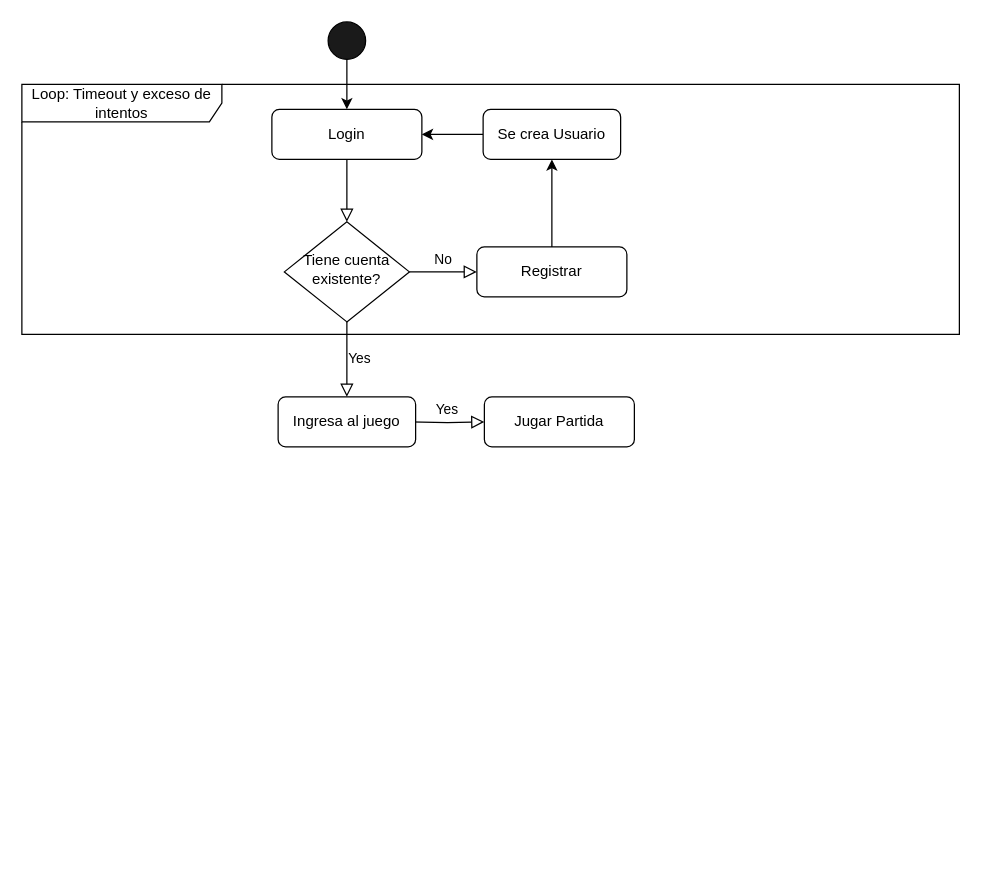
Earlier version of the draw.io diagram GuerraDeCartas/Docs/DiagramaActividad.drawio (SaF319/proyectING). Source tidied: cells renumbered, new cells numbered last; positions are measured from the earlier drawing's top-left corner, leaving out a move shared by most shapes. Both pictures are drawn from the tidied source at 125%, with x=0, y=0 at pixel (21, 21).
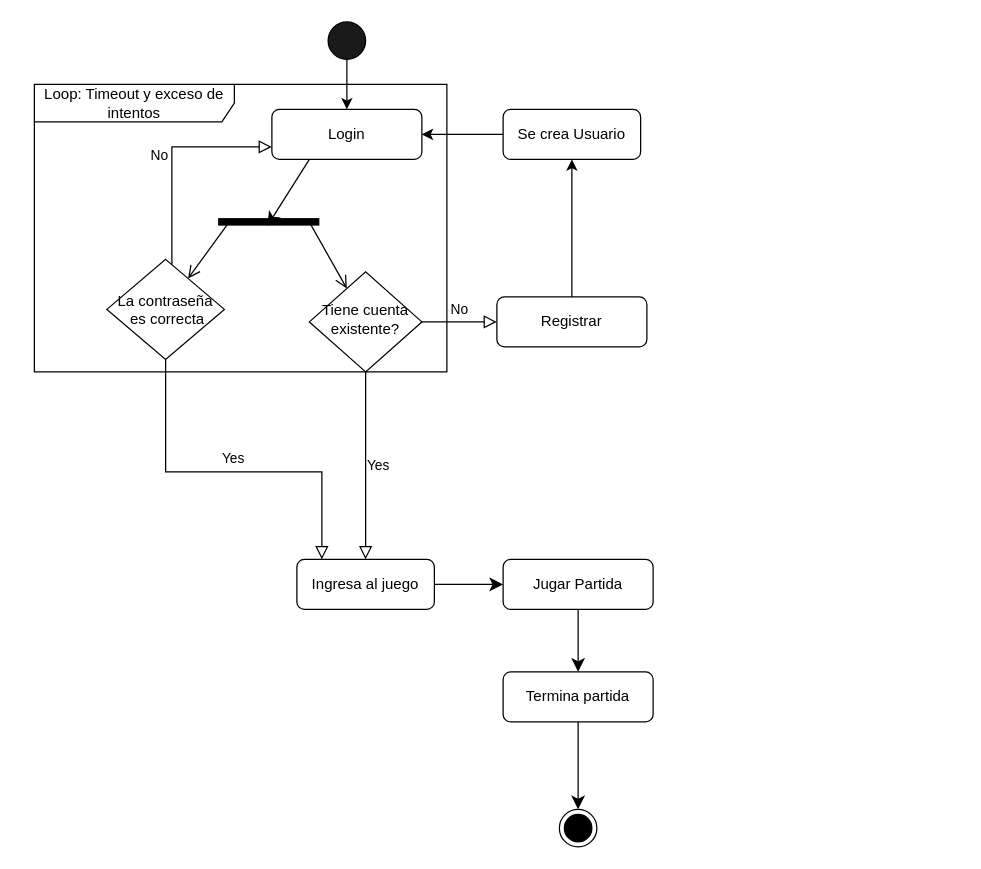
The same diagram, later.

The change refers to these unchanged cells:
```xml
<mxCell id="3" value="Login" style="rounded=1;whiteSpace=wrap;html=1;fontSize=12;glass=0;strokeWidth=1;shadow=0;direction=east;flipV=1;flipH=1;labelBackgroundColor=none;" parent="1" vertex="1">
  <mxGeometry x="200" y="70" width="120" height="40" as="geometry" />
</mxCell>
```

The edit, as a diff of the source:
```diff
@@
-    <mxCell id="2" style="rounded=0;html=1;jettySize=auto;fontSize=11;endArrow=block;endFill=0;endSize=8;strokeWidth=1;shadow=0;labelBackgroundColor=none;edgeStyle=orthogonalEdgeStyle;fontColor=default;" parent="1" edge="1" source="3" target="6">
-      <mxGeometry relative="1" as="geometry" />
-    </mxCell>
@@
-    <mxCell id="4" value="Yes" style="rounded=0;html=1;jettySize=auto;fontSize=11;endArrow=block;endFill=0;endSize=8;strokeWidth=1;shadow=0;labelBackgroundColor=none;edgeStyle=orthogonalEdgeStyle;fontColor=default;entryX=0.5;entryY=0;entryDx=0;entryDy=0;" parent="1" edge="1" source="6" target="15">
-      <mxGeometry x="0.01" y="10" relative="1" as="geometry">
-        <mxPoint y="-1" as="offset" />
-      </mxGeometry>
-    </mxCell>
-    <mxCell id="5" value="No" style="edgeStyle=orthogonalEdgeStyle;rounded=0;html=1;jettySize=auto;fontSize=11;endArrow=block;endFill=0;endSize=8;strokeWidth=1;shadow=0;labelBackgroundColor=none;fontColor=default;" parent="1" edge="1" source="6" target="8">
-      <mxGeometry y="10" relative="1" as="geometry" />
-    </mxCell>
-    <mxCell id="6" value="&lt;div&gt;Tiene cuenta&lt;/div&gt;&lt;div&gt;existente?&lt;br&gt;&lt;/div&gt;" style="rhombus;whiteSpace=wrap;html=1;shadow=0;fontFamily=Helvetica;fontSize=12;align=center;strokeWidth=1;spacing=6;spacingTop=-4;direction=east;flipV=1;flipH=1;labelBackgroundColor=none;" parent="1" vertex="1">
-      <mxGeometry x="210" y="160" width="100" height="80" as="geometry" />
-    </mxCell>
@@
-    <mxCell id="8" value="Registrar" style="rounded=1;whiteSpace=wrap;html=1;fontSize=12;glass=0;strokeWidth=1;shadow=0;direction=east;flipV=1;flipH=1;labelBackgroundColor=none;" parent="1" vertex="1">
-      <mxGeometry x="364" y="180" width="120" height="40" as="geometry" />
-    </mxCell>
-    <mxCell id="9" value="Yes" style="edgeStyle=orthogonalEdgeStyle;rounded=0;html=1;jettySize=auto;fontSize=11;endArrow=block;endFill=0;endSize=8;strokeWidth=1;shadow=0;labelBackgroundColor=none;fontColor=default;" parent="1" edge="1" target="10">
-      <mxGeometry y="10" relative="1" as="geometry">
-        <mxPoint x="310" y="320" as="sourcePoint" />
-      </mxGeometry>
-    </mxCell>
-    <mxCell id="10" value="Jugar Partida" style="rounded=1;whiteSpace=wrap;html=1;fontSize=12;glass=0;strokeWidth=1;shadow=0;direction=east;flipV=1;flipH=1;labelBackgroundColor=none;" parent="1" vertex="1">
-      <mxGeometry x="370" y="300" width="120" height="40" as="geometry" />
-    </mxCell>
@@
     <mxCell id="14" value="Se crea Usuario" style="rounded=1;whiteSpace=wrap;html=1;" parent="1" vertex="1">
-      <mxGeometry x="369" y="70" width="110" height="40" as="geometry" />
+      <mxGeometry x="385" y="70" width="110" height="40" as="geometry" />
     </mxCell>
+    <mxCell id="16" value="Loop: Timeout y exceso de intentos" style="shape=umlFrame;whiteSpace=wrap;html=1;width=160;" parent="1" vertex="1">
+      <mxGeometry x="10" y="50" width="330" height="230" as="geometry" />
+    </mxCell>
+    <mxCell id="17" style="html=1;points=[];perimeter=orthogonalPerimeter;fillColor=strokeColor;rotation=90;" parent="16" vertex="1">
+      <mxGeometry x="185" y="70" width="5" height="80" as="geometry" />
+    </mxCell>
+    <mxCell id="18" value="La contraseña&#10; es correcta" style="rhombus;" parent="16" vertex="1">
+      <mxGeometry x="58" y="140" width="94" height="80" as="geometry" />
+    </mxCell>
+    <mxCell id="19" style="endArrow=open;startArrow=none;endFill=0;startFill=0;endSize=8;html=1;verticalAlign=bottom;labelBackgroundColor=none;strokeWidth=1;rounded=0;fontSize=12;curved=1;exitX=0.9;exitY=0.913;exitDx=0;exitDy=0;exitPerimeter=0;" parent="16" edge="1" source="17" target="18">
+      <mxGeometry relative="1" as="geometry" />
+    </mxCell>
+    <mxCell id="20" style="edgeStyle=none;curved=1;rounded=0;jettySize=auto;html=1;exitX=0.25;exitY=1;exitDx=0;exitDy=0;fontSize=12;startSize=8;endSize=8;entryX=1.1;entryY=0.513;entryDx=0;entryDy=0;entryPerimeter=0;" parent="1" edge="1" source="3" target="17">
+      <mxGeometry relative="1" as="geometry" />
+    </mxCell>
+    <mxCell id="6" value="&lt;div&gt;Tiene cuenta&lt;/div&gt;&lt;div&gt;existente?&lt;br&gt;&lt;/div&gt;" style="rhombus;whiteSpace=wrap;html=1;shadow=0;fontFamily=Helvetica;fontSize=12;align=center;strokeWidth=1;spacing=6;spacingTop=-4;direction=east;flipV=1;flipH=1;labelBackgroundColor=none;" parent="1" vertex="1">
+      <mxGeometry x="230" y="200" width="90" height="80" as="geometry" />
+    </mxCell>
+    <mxCell id="4" value="Yes" style="rounded=0;html=1;jettySize=auto;fontSize=11;endArrow=block;endFill=0;endSize=8;strokeWidth=1;shadow=0;labelBackgroundColor=none;edgeStyle=orthogonalEdgeStyle;fontColor=default;entryX=0.5;entryY=0;entryDx=0;entryDy=0;" parent="1" edge="1" source="6" target="15">
+      <mxGeometry x="0.01" y="10" relative="1" as="geometry">
+        <mxPoint y="-1" as="offset" />
+      </mxGeometry>
+    </mxCell>
+    <mxCell id="5" value="No" style="edgeStyle=orthogonalEdgeStyle;rounded=0;html=1;jettySize=auto;fontSize=11;endArrow=block;endFill=0;endSize=8;strokeWidth=1;shadow=0;labelBackgroundColor=none;fontColor=default;" parent="1" edge="1" source="6" target="8">
+      <mxGeometry y="10" relative="1" as="geometry" />
+    </mxCell>
+    <mxCell id="21" style="endArrow=open;startArrow=none;endFill=0;startFill=0;endSize=8;html=1;verticalAlign=bottom;labelBackgroundColor=none;strokeWidth=1;rounded=0;fontSize=12;curved=1;exitX=0.9;exitY=0.081;exitDx=0;exitDy=0;exitPerimeter=0;" parent="1" edge="1" source="17" target="6">
+      <mxGeometry relative="1" as="geometry" />
+    </mxCell>
+    <mxCell id="8" value="Registrar" style="rounded=1;whiteSpace=wrap;html=1;fontSize=12;glass=0;strokeWidth=1;shadow=0;direction=east;flipV=1;flipH=1;labelBackgroundColor=none;" parent="1" vertex="1">
+      <mxGeometry x="380" y="220" width="120" height="40" as="geometry" />
+    </mxCell>
+    <mxCell id="22" style="edgeStyle=none;curved=1;rounded=0;jettySize=auto;html=1;fontSize=12;startSize=8;endSize=8;" parent="1" edge="1" source="10" target="26">
+      <mxGeometry relative="1" as="geometry" />
+    </mxCell>
+    <mxCell id="10" value="Jugar Partida" style="rounded=1;whiteSpace=wrap;html=1;fontSize=12;glass=0;strokeWidth=1;shadow=0;direction=east;flipV=1;flipH=1;labelBackgroundColor=none;" parent="1" vertex="1">
+      <mxGeometry x="385" y="430" width="120" height="40" as="geometry" />
+    </mxCell>
+    <mxCell id="23" style="edgeStyle=none;curved=1;rounded=0;jettySize=auto;html=1;fontSize=12;startSize=8;endSize=8;" parent="1" edge="1" source="15" target="10">
+      <mxGeometry relative="1" as="geometry" />
+    </mxCell>
     <mxCell id="15" value="Ingresa al juego" style="rounded=1;whiteSpace=wrap;html=1;" parent="1" vertex="1">
-      <mxGeometry x="205" y="300" width="110" height="40" as="geometry" />
+      <mxGeometry x="220" y="430" width="110" height="40" as="geometry" />
     </mxCell>
-    <mxCell id="16" value="Loop: Timeout y exceso de intentos" style="shape=umlFrame;whiteSpace=wrap;html=1;width=160;" parent="1" vertex="1">
-      <mxGeometry y="50" width="750" height="200" as="geometry" />
-    </mxCell>
+    <mxCell id="24" style="ellipse;html=1;shape=endState;fillColor=strokeColor;" parent="1" vertex="1">
+      <mxGeometry x="430" y="630" width="30" height="30" as="geometry" />
+    </mxCell>
+    <mxCell id="25" style="edgeStyle=none;curved=1;rounded=0;jettySize=auto;html=1;fontSize=12;startSize=8;endSize=8;" parent="1" edge="1" source="26" target="24">
+      <mxGeometry relative="1" as="geometry" />
+    </mxCell>
+    <mxCell id="26" value="Termina partida" style="rounded=1;whiteSpace=wrap;html=1;fontSize=12;glass=0;strokeWidth=1;shadow=0;direction=east;flipV=1;flipH=1;labelBackgroundColor=none;" parent="1" vertex="1">
+      <mxGeometry x="385" y="520" width="120" height="40" as="geometry" />
+    </mxCell>
+    <mxCell id="9" value="Yes" style="rounded=0;html=1;jettySize=auto;fontSize=11;endArrow=block;endFill=0;endSize=8;strokeWidth=1;shadow=0;labelBackgroundColor=none;edgeStyle=orthogonalEdgeStyle;fontColor=default;exitX=0.5;exitY=1;exitDx=0;exitDy=0;" parent="1" edge="1" source="18" target="15">
+      <mxGeometry x="0.01" y="10" relative="1" as="geometry">
+        <Array as="points">
+          <mxPoint x="115" y="360" />
+          <mxPoint x="240" y="360" />
+        </Array>
+        <mxPoint y="-1" as="offset" />
+      </mxGeometry>
+    </mxCell>
+    <mxCell id="27" value="No" style="edgeStyle=orthogonalEdgeStyle;rounded=0;html=1;jettySize=auto;fontSize=11;endArrow=block;endFill=0;endSize=8;strokeWidth=1;shadow=0;labelBackgroundColor=none;fontColor=default;" parent="1" edge="1" source="18" target="3">
+      <mxGeometry y="10" relative="1" as="geometry">
+        <Array as="points">
+          <mxPoint x="120" y="100" />
+        </Array>
+      </mxGeometry>
+    </mxCell>
```
